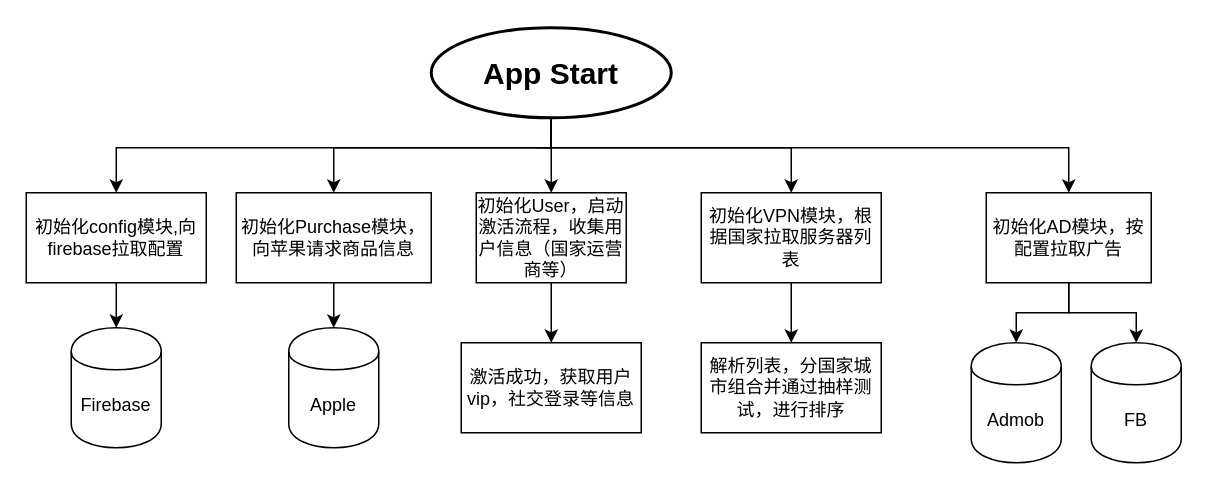
Above: page "第 2 页" (3 of 5) of iOS.drawio in yarhhome/drawio (draw.io), before the change. Source tidied: cells renumbered, new cells numbered last; positions are measured from the earlier drawing's top-left corner, leaving out a move shared by most shapes. Both pictures are drawn from the tidied source at 150%, with x=0, y=0 at pixel (26, 27).
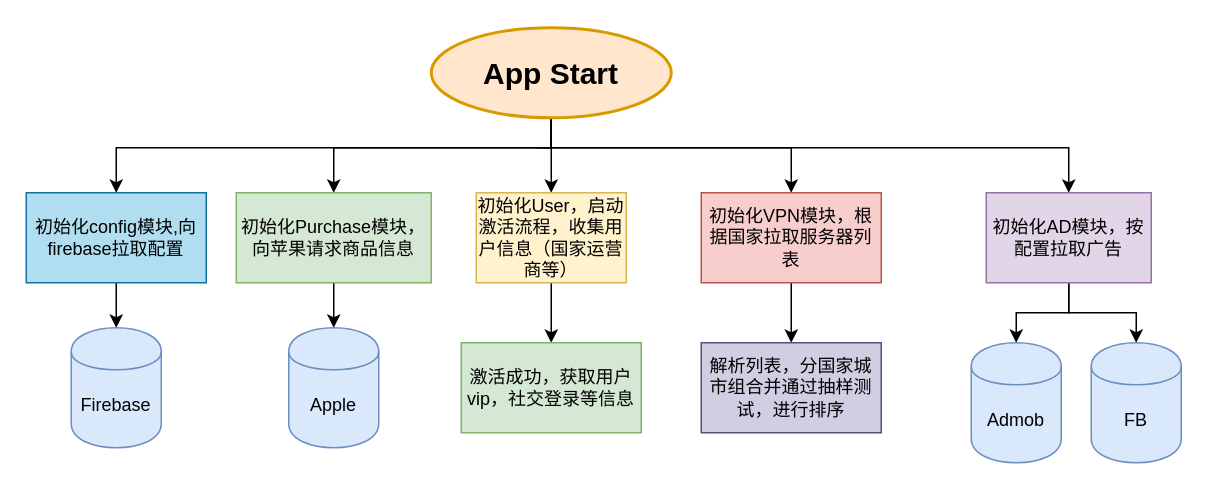
The same diagram, later.

What changed in the source:
```diff
@@
-    <mxCell id="7" value="&lt;font style=&quot;font-size: 20px&quot;&gt;&lt;b&gt;App Start&lt;/b&gt;&lt;/font&gt;" style="strokeWidth=2;html=1;shape=mxgraph.flowchart.start_1;whiteSpace=wrap;" parent="1" vertex="1">
+    <mxCell id="7" value="&lt;font style=&quot;font-size: 20px&quot;&gt;&lt;b&gt;App Start&lt;/b&gt;&lt;/font&gt;" style="strokeWidth=2;html=1;shape=mxgraph.flowchart.start_1;whiteSpace=wrap;fillColor=#ffe6cc;strokeColor=#d79b00;" parent="1" vertex="1">
       <mxGeometry x="270" width="160" height="60" as="geometry" />
     </mxCell>
@@
-    <mxCell id="9" value="初始化User，启动激活流程，收集用户信息（国家运营商等）" style="rounded=0;whiteSpace=wrap;html=1;" parent="1" vertex="1">
+    <mxCell id="9" value="初始化User，启动激活流程，收集用户信息（国家运营商等）" style="rounded=0;whiteSpace=wrap;html=1;fillColor=#fff2cc;strokeColor=#d6b656;" parent="1" vertex="1">
       <mxGeometry x="300" y="110" width="100" height="60" as="geometry" />
     </mxCell>
@@
-    <mxCell id="11" value="初始化VPN模块，根据国家拉取服务器列表" style="rounded=0;whiteSpace=wrap;html=1;" parent="1" vertex="1">
+    <mxCell id="11" value="初始化VPN模块，根据国家拉取服务器列表" style="rounded=0;whiteSpace=wrap;html=1;fillColor=#f8cecc;strokeColor=#b85450;" parent="1" vertex="1">
       <mxGeometry x="450" y="110" width="120" height="60" as="geometry" />
     </mxCell>
@@
-    <mxCell id="13" value="初始化Purchase模块，向苹果请求商品信息" style="rounded=0;whiteSpace=wrap;html=1;" parent="1" vertex="1">
+    <mxCell id="13" value="初始化Purchase模块，向苹果请求商品信息" style="rounded=0;whiteSpace=wrap;html=1;fillColor=#d5e8d4;strokeColor=#82b366;" parent="1" vertex="1">
       <mxGeometry x="140" y="110" width="130" height="60" as="geometry" />
     </mxCell>
@@
-    <mxCell id="16" value="初始化AD模块，按配置拉取广告" style="rounded=0;whiteSpace=wrap;html=1;" parent="1" vertex="1">
+    <mxCell id="16" value="初始化AD模块，按配置拉取广告" style="rounded=0;whiteSpace=wrap;html=1;fillColor=#e1d5e7;strokeColor=#9673a6;" parent="1" vertex="1">
       <mxGeometry x="640" y="110" width="110" height="60" as="geometry" />
     </mxCell>
@@
-    <mxCell id="18" value="初始化config模块,向firebase拉取配置" style="rounded=0;whiteSpace=wrap;html=1;" parent="1" vertex="1">
+    <mxCell id="18" value="初始化config模块,向firebase拉取配置" style="rounded=0;whiteSpace=wrap;html=1;fillColor=#b1ddf0;strokeColor=#10739e;" parent="1" vertex="1">
       <mxGeometry y="110" width="120" height="60" as="geometry" />
     </mxCell>
-    <mxCell id="19" value="Firebase" style="shape=cylinder;whiteSpace=wrap;html=1;boundedLbl=1;backgroundOutline=1;" parent="1" vertex="1">
+    <mxCell id="19" value="Firebase" style="shape=cylinder;whiteSpace=wrap;html=1;boundedLbl=1;backgroundOutline=1;fillColor=#dae8fc;strokeColor=#6c8ebf;" parent="1" vertex="1">
       <mxGeometry x="30" y="200" width="60" height="80" as="geometry" />
     </mxCell>
-    <mxCell id="20" value="Apple" style="shape=cylinder;whiteSpace=wrap;html=1;boundedLbl=1;backgroundOutline=1;" parent="1" vertex="1">
+    <mxCell id="20" value="Apple" style="shape=cylinder;whiteSpace=wrap;html=1;boundedLbl=1;backgroundOutline=1;fillColor=#dae8fc;strokeColor=#6c8ebf;" parent="1" vertex="1">
       <mxGeometry x="175" y="200" width="60" height="80" as="geometry" />
     </mxCell>
-    <mxCell id="21" value="Admob" style="shape=cylinder;whiteSpace=wrap;html=1;boundedLbl=1;backgroundOutline=1;" parent="1" vertex="1">
+    <mxCell id="21" value="Admob" style="shape=cylinder;whiteSpace=wrap;html=1;boundedLbl=1;backgroundOutline=1;fillColor=#dae8fc;strokeColor=#6c8ebf;" parent="1" vertex="1">
       <mxGeometry x="630" y="210" width="60" height="80" as="geometry" />
     </mxCell>
-    <mxCell id="22" value="FB" style="shape=cylinder;whiteSpace=wrap;html=1;boundedLbl=1;backgroundOutline=1;" parent="1" vertex="1">
+    <mxCell id="22" value="FB" style="shape=cylinder;whiteSpace=wrap;html=1;boundedLbl=1;backgroundOutline=1;fillColor=#dae8fc;strokeColor=#6c8ebf;" parent="1" vertex="1">
       <mxGeometry x="710" y="210" width="60" height="80" as="geometry" />
     </mxCell>
-    <mxCell id="23" value="激活成功，获取用户vip，社交登录等信息" style="rounded=0;whiteSpace=wrap;html=1;" parent="1" vertex="1">
+    <mxCell id="23" value="激活成功，获取用户vip，社交登录等信息" style="rounded=0;whiteSpace=wrap;html=1;fillColor=#d5e8d4;strokeColor=#82b366;" parent="1" vertex="1">
       <mxGeometry x="290" y="210" width="120" height="60" as="geometry" />
     </mxCell>
-    <mxCell id="24" value="解析列表，分国家城市组合并通过抽样测试，进行排序" style="rounded=0;whiteSpace=wrap;html=1;" parent="1" vertex="1">
+    <mxCell id="24" value="解析列表，分国家城市组合并通过抽样测试，进行排序" style="rounded=0;whiteSpace=wrap;html=1;fillColor=#d0cee2;strokeColor=#56517e;" parent="1" vertex="1">
       <mxGeometry x="450" y="210" width="120" height="60" as="geometry" />
     </mxCell>
```
